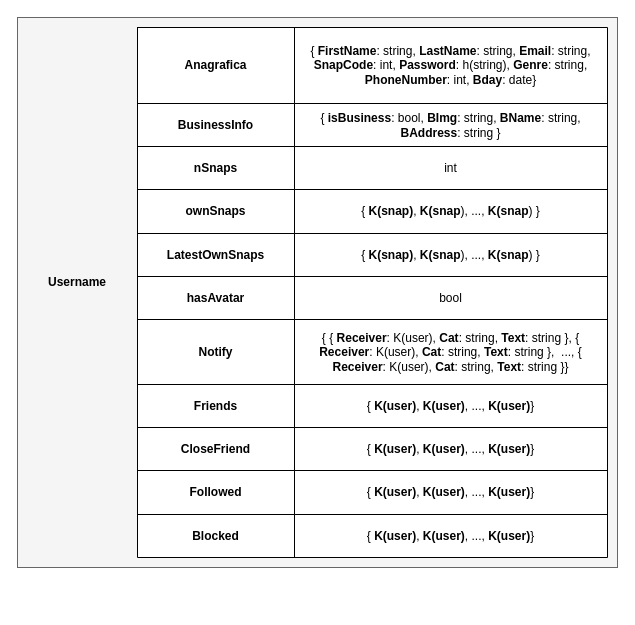
Before: NoAM/collection-user.drawio in Antonet99/noSQL-Snapchat, a draw.io diagram. Source tidied: cells renumbered, new cells numbered last; positions are measured from the earlier drawing's top-left corner, leaving out a move shared by most shapes. Both pictures are drawn from the tidied source at 100%, with x=0, y=0 at pixel (17, 17).
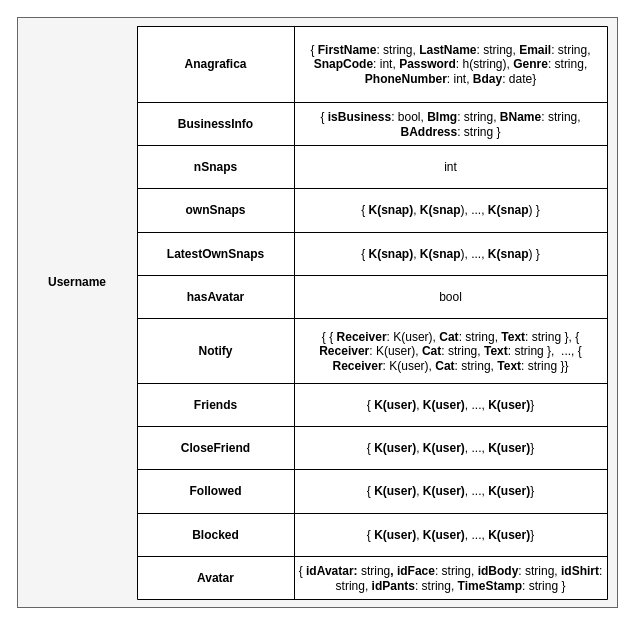
The same diagram, later.

The edit, as a diff of the source:
```diff
@@
     <mxCell id="2" style="rounded=0;whiteSpace=wrap;html=1;fillColor=#f5f5f5;fontColor=#333333;strokeColor=#666666;" parent="1" vertex="1">
-      <mxGeometry width="600" height="550" as="geometry" />
+      <mxGeometry width="600" height="590" as="geometry" />
     </mxCell>
@@
     <mxCell id="4" style="shape=table;startSize=0;childLayout=tableLayout;" parent="1" vertex="1">
-      <mxGeometry x="120" y="10" width="470" height="530" as="geometry" />
+      <mxGeometry x="120" y="9" width="470" height="573" as="geometry" />
     </mxCell>
@@
+    <mxCell id="38" style="shape=tableRow;horizontal=0;startSize=0;swimlaneHead=0;swimlaneBody=0;strokeColor=inherit;top=0;left=0;bottom=0;right=0;fillColor=none;" parent="4" vertex="1">
+      <mxGeometry y="530" width="470" height="43" as="geometry" />
+    </mxCell>
+    <mxCell id="39" value="&lt;b&gt;Avatar&lt;/b&gt;" style="shape=partialRectangle;html=1;whiteSpace=wrap;strokeColor=inherit;overflow=hidden;fillColor=none;top=0;left=0;bottom=0;right=0;" parent="38" vertex="1">
+      <mxGeometry width="157" height="43" as="geometry" />
+    </mxCell>
+    <mxCell id="40" value="{&lt;b&gt; idAvatar: &lt;/b&gt;string&lt;b&gt;, idFace&lt;/b&gt;: string, &lt;b&gt;idBody&lt;/b&gt;: string, &lt;b&gt;idShirt&lt;/b&gt;: string, &lt;b&gt;idPants&lt;/b&gt;: string, &lt;b&gt;TimeStamp&lt;/b&gt;: string }" style="shape=partialRectangle;html=1;whiteSpace=wrap;strokeColor=inherit;overflow=hidden;fillColor=none;top=0;left=0;bottom=0;right=0;" parent="38" vertex="1">
+      <mxGeometry x="157" width="313" height="43" as="geometry" />
+    </mxCell>
```
